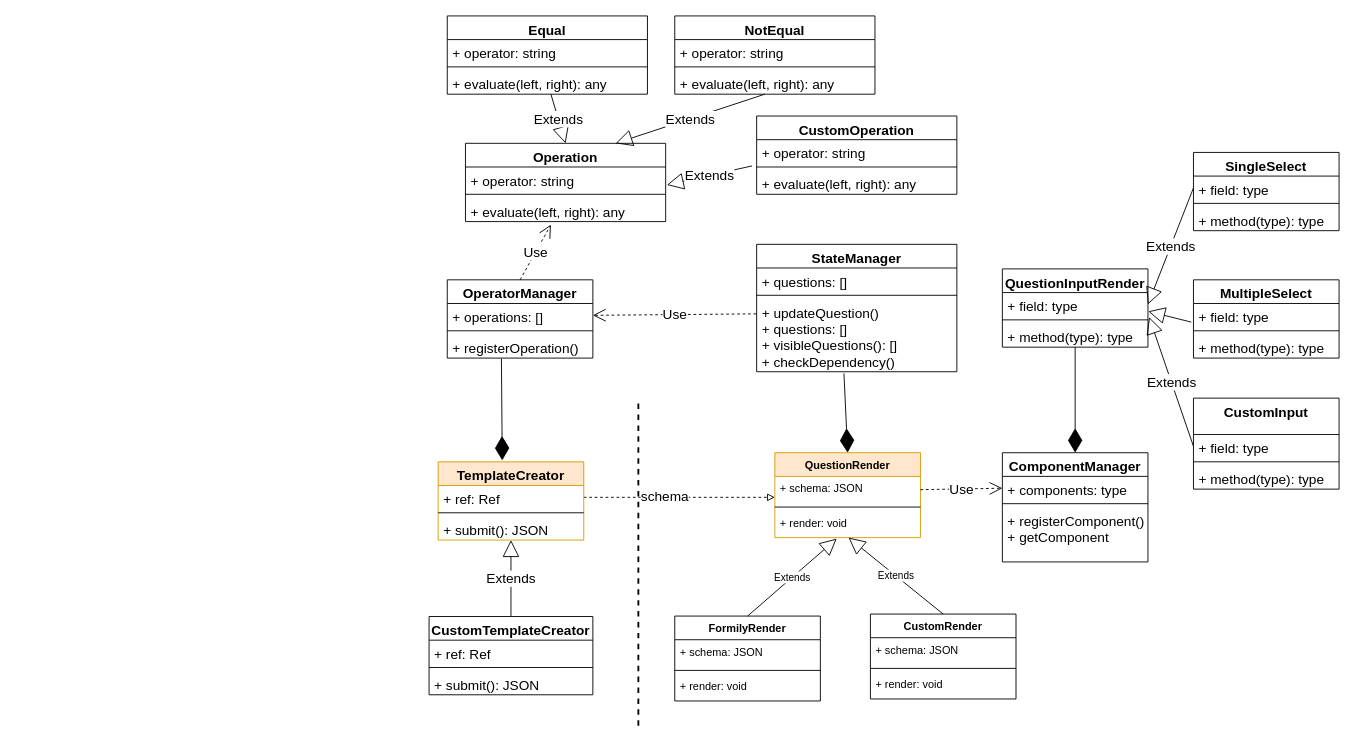
Above: Questionnaire.drawio in shuangquanhuang/drawio (draw.io), before the change. Source tidied: cells renumbered, new cells numbered last; positions are measured from the earlier drawing's top-left corner, leaving out a move shared by most shapes. Both pictures are drawn from the tidied source at 91%, with x=0, y=0 at pixel (429, 15).
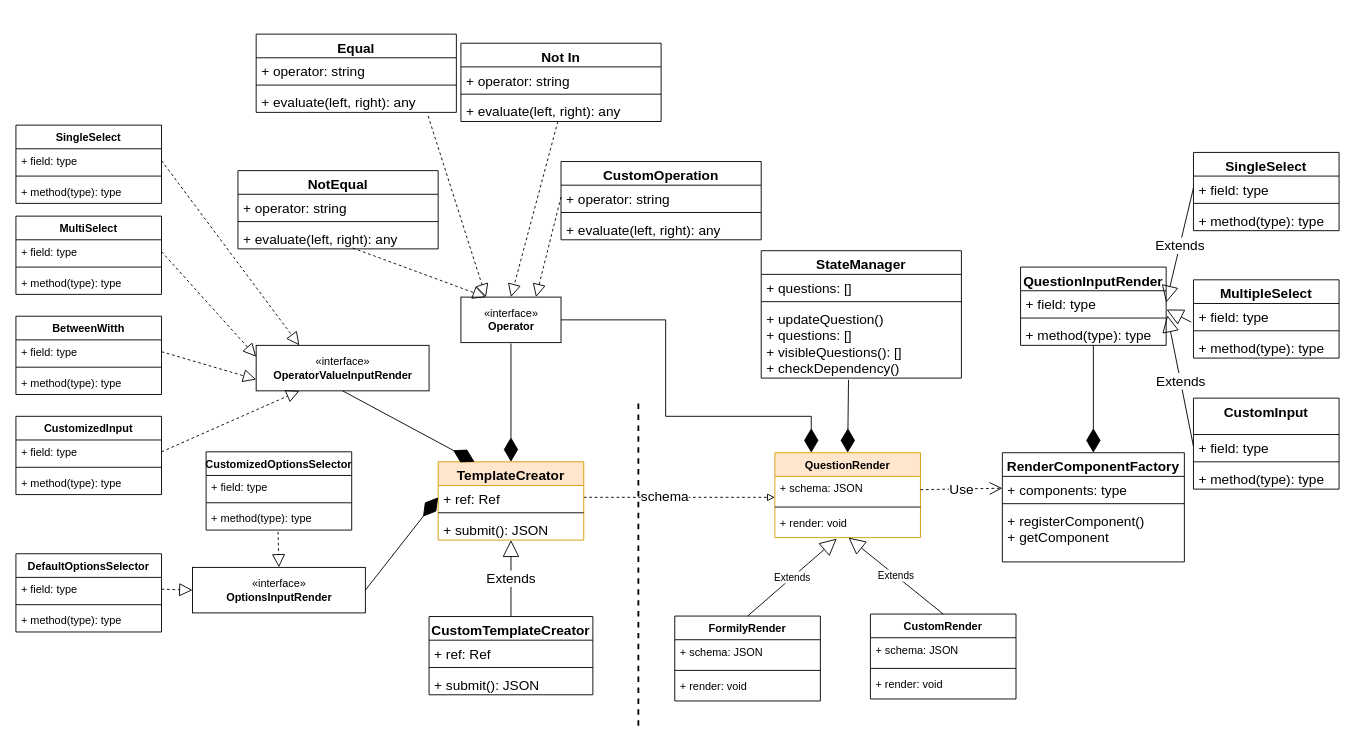
The same diagram, later.

The change refers to these unchanged cells:
```xml
<mxCell id="4" value="QuestionRender" style="swimlane;fontStyle=1;align=center;verticalAlign=top;horizontal=1;startSize=26;fillColor=#ffe6cc;strokeColor=#d79b00;" parent="3" vertex="1">
  <mxGeometry x="110" width="160" height="93.3" as="geometry" />
</mxCell>
<mxCell id="31" value="+ evaluate(left, right): any" style="text;strokeColor=none;fillColor=none;align=left;verticalAlign=top;spacingLeft=4;spacingRight=4;overflow=hidden;points=[[0,0.5],[1,0.5]];portConstraint=eastwest;fontSize=15;" parent="28" vertex="1">
  <mxGeometry y="60" width="220" height="26" as="geometry" />
</mxCell>
<mxCell id="35" value="+ evaluate(left, right): any" style="text;strokeColor=none;fillColor=none;align=left;verticalAlign=top;spacingLeft=4;spacingRight=4;overflow=hidden;points=[[0,0.5],[1,0.5]];portConstraint=eastwest;fontSize=15;" parent="32" vertex="1">
  <mxGeometry y="60" width="220" height="26" as="geometry" />
</mxCell>
<mxCell id="37" value="+ operator: string" style="text;strokeColor=none;fillColor=none;align=left;verticalAlign=top;spacingLeft=4;spacingRight=4;overflow=hidden;points=[[0,0.5],[1,0.5]];portConstraint=eastwest;fontSize=15;" parent="36" vertex="1">
  <mxGeometry y="26" width="220" height="26" as="geometry" />
</mxCell>
<mxCell id="39" value="+ evaluate(left, right): any" style="text;strokeColor=none;fillColor=none;align=left;verticalAlign=top;spacingLeft=4;spacingRight=4;overflow=hidden;points=[[0,0.5],[1,0.5]];portConstraint=eastwest;fontSize=15;" parent="36" vertex="1">
  <mxGeometry y="60" width="220" height="26" as="geometry" />
</mxCell>
<mxCell id="43" value="TemplateCreator" style="swimlane;fontStyle=1;align=center;verticalAlign=top;horizontal=1;startSize=26;fontSize=15;fillColor=#ffe6cc;strokeColor=#d79b00;" parent="1" vertex="1">
  <mxGeometry x="10" y="490" width="160" height="86" as="geometry" />
</mxCell>
<mxCell id="44" value="+ ref: Ref" style="text;strokeColor=none;fillColor=none;align=left;verticalAlign=top;spacingLeft=4;spacingRight=4;overflow=hidden;points=[[0,0.5],[1,0.5]];portConstraint=eastwest;fontSize=15;" parent="43" vertex="1">
  <mxGeometry y="26" width="160" height="26" as="geometry" />
</mxCell>
<mxCell id="51" value="+ updateQuestion()&#10;+ questions: []&#10;+ visibleQuestions(): []&#10;+ checkDependency()&#10;" style="text;strokeColor=none;fillColor=none;align=left;verticalAlign=top;spacingLeft=4;spacingRight=4;overflow=hidden;points=[[0,0.5],[1,0.5]];portConstraint=eastwest;fontSize=15;" parent="48" vertex="1">
  <mxGeometry y="60" width="220" height="80" as="geometry" />
</mxCell>
```

What changed in the source:
```diff
@@
-    <mxCell id="24" value="Operation" style="swimlane;fontStyle=1;align=center;verticalAlign=top;horizontal=1;startSize=26;fontSize=15;" parent="1" vertex="1">
-      <mxGeometry x="40" y="140" width="220" height="86" as="geometry" />
-    </mxCell>
-    <mxCell id="25" value="+ operator: string" style="text;strokeColor=none;fillColor=none;align=left;verticalAlign=top;spacingLeft=4;spacingRight=4;overflow=hidden;points=[[0,0.5],[1,0.5]];portConstraint=eastwest;fontSize=15;" parent="24" vertex="1">
-      <mxGeometry y="26" width="220" height="26" as="geometry" />
-    </mxCell>
-    <mxCell id="26" style="line;strokeWidth=1;fillColor=none;align=left;verticalAlign=middle;spacingTop=-1;spacingLeft=3;spacingRight=3;labelPosition=right;fontSize=15;" parent="24" vertex="1">
-      <mxGeometry y="52" width="220" height="8" as="geometry" />
-    </mxCell>
-    <mxCell id="27" value="+ evaluate(left, right): any" style="text;strokeColor=none;fillColor=none;align=left;verticalAlign=top;spacingLeft=4;spacingRight=4;overflow=hidden;points=[[0,0.5],[1,0.5]];portConstraint=eastwest;fontSize=15;" parent="24" vertex="1">
-      <mxGeometry y="60" width="220" height="26" as="geometry" />
-    </mxCell>
     <mxCell id="28" value="Equal" style="swimlane;fontStyle=1;align=center;verticalAlign=top;horizontal=1;startSize=26;fontSize=15;" parent="1" vertex="1">
-      <mxGeometry x="20" width="220" height="86" as="geometry" />
+      <mxGeometry x="-190" y="20" width="220" height="86" as="geometry" />
     </mxCell>
@@
     <mxCell id="32" value="NotEqual" style="swimlane;fontStyle=1;align=center;verticalAlign=top;horizontal=1;startSize=26;fontSize=15;" parent="1" vertex="1">
-      <mxGeometry x="270" width="220" height="86" as="geometry" />
+      <mxGeometry x="-210" y="170" width="220" height="86" as="geometry" />
     </mxCell>
@@
     <mxCell id="36" value="CustomOperation" style="swimlane;fontStyle=1;align=center;verticalAlign=top;horizontal=1;startSize=26;fontSize=15;" parent="1" vertex="1">
-      <mxGeometry x="360" y="110" width="220" height="86" as="geometry" />
+      <mxGeometry x="145" y="160" width="220" height="86" as="geometry" />
     </mxCell>
@@
-    <mxCell id="40" value="Extends" style="endArrow=block;endSize=16;endFill=0;html=1;rounded=0;fontSize=15;entryX=0.5;entryY=0;entryDx=0;entryDy=0;" parent="1" edge="1" source="31" target="24">
-      <mxGeometry relative="1" as="geometry" />
-    </mxCell>
-    <mxCell id="41" value="Extends" style="endArrow=block;endSize=16;endFill=0;html=1;rounded=0;fontSize=15;exitX=0.45;exitY=1;exitDx=0;exitDy=0;exitPerimeter=0;entryX=0.75;entryY=0;entryDx=0;entryDy=0;" parent="1" edge="1" source="35" target="24">
-      <mxGeometry relative="1" as="geometry" />
-    </mxCell>
-    <mxCell id="42" value="Extends" style="endArrow=block;endSize=16;endFill=0;html=1;rounded=0;fontSize=15;exitX=-0.023;exitY=-0.199;exitDx=0;exitDy=0;exitPerimeter=0;entryX=1.006;entryY=0.759;entryDx=0;entryDy=0;entryPerimeter=0;" parent="1" edge="1" source="39" target="25">
-      <mxGeometry relative="1" as="geometry" />
-    </mxCell>
@@
     <mxCell id="48" value="StateManager" style="swimlane;fontStyle=1;align=center;verticalAlign=top;horizontal=1;startSize=26;fontSize=15;" parent="1" vertex="1">
-      <mxGeometry x="360" y="251" width="220" height="140" as="geometry" />
+      <mxGeometry x="365" y="258" width="220" height="140" as="geometry" />
     </mxCell>
@@
-    <mxCell id="53" style="endArrow=diamondThin;endFill=1;endSize=24;html=1;rounded=0;fontSize=15;entryX=0.44;entryY=-0.018;entryDx=0;entryDy=0;entryPerimeter=0;exitX=0.372;exitY=1.024;exitDx=0;exitDy=0;exitPerimeter=0;" parent="1" edge="1" source="57" target="43">
-      <mxGeometry relative="1" as="geometry" />
-    </mxCell>
-    <mxCell id="54" value="OperatorManager" style="swimlane;fontStyle=1;align=center;verticalAlign=top;horizontal=1;startSize=26;fontSize=15;" parent="1" vertex="1">
-      <mxGeometry x="20" y="290" width="160" height="86" as="geometry" />
-    </mxCell>
-    <mxCell id="55" value="+ operations: []" style="text;strokeColor=none;fillColor=none;align=left;verticalAlign=top;spacingLeft=4;spacingRight=4;overflow=hidden;points=[[0,0.5],[1,0.5]];portConstraint=eastwest;fontSize=15;" parent="54" vertex="1">
-      <mxGeometry y="26" width="160" height="26" as="geometry" />
-    </mxCell>
-    <mxCell id="56" style="line;strokeWidth=1;fillColor=none;align=left;verticalAlign=middle;spacingTop=-1;spacingLeft=3;spacingRight=3;labelPosition=right;fontSize=15;" parent="54" vertex="1">
-      <mxGeometry y="52" width="160" height="8" as="geometry" />
-    </mxCell>
-    <mxCell id="57" value="+ registerOperation()" style="text;strokeColor=none;fillColor=none;align=left;verticalAlign=top;spacingLeft=4;spacingRight=4;overflow=hidden;points=[[0,0.5],[1,0.5]];portConstraint=eastwest;fontSize=15;" parent="54" vertex="1">
-      <mxGeometry y="60" width="160" height="26" as="geometry" />
-    </mxCell>
-    <mxCell id="58" value="Use" style="endArrow=open;endSize=12;dashed=1;html=1;rounded=0;fontSize=15;entryX=0.427;entryY=1.129;entryDx=0;entryDy=0;entryPerimeter=0;exitX=0.5;exitY=0;exitDx=0;exitDy=0;" parent="1" edge="1" source="54" target="27">
-      <mxGeometry relative="1" as="geometry" />
-    </mxCell>
-    <mxCell id="59" value="Use" style="endArrow=open;endSize=12;dashed=1;html=1;rounded=0;fontSize=15;entryX=1;entryY=0.5;entryDx=0;entryDy=0;exitX=-0.002;exitY=0.205;exitDx=0;exitDy=0;exitPerimeter=0;" parent="1" edge="1" source="51" target="55">
-      <mxGeometry relative="1" as="geometry" />
-    </mxCell>
-    <mxCell id="60" value="ComponentManager" style="swimlane;fontStyle=1;align=center;verticalAlign=top;horizontal=1;startSize=26;fontSize=15;" parent="1" vertex="1">
-      <mxGeometry x="630" y="480" width="160" height="120" as="geometry" />
+    <mxCell id="60" value="RenderComponentFactory" style="swimlane;fontStyle=1;align=center;verticalAlign=top;horizontal=1;startSize=26;fontSize=15;" parent="1" vertex="1">
+      <mxGeometry x="630" y="480" width="200" height="120" as="geometry" />
     </mxCell>
     <mxCell id="61" value="+ components: type" style="text;strokeColor=none;fillColor=none;align=left;verticalAlign=top;spacingLeft=4;spacingRight=4;overflow=hidden;points=[[0,0.5],[1,0.5]];portConstraint=eastwest;fontSize=15;" parent="60" vertex="1">
-      <mxGeometry y="26" width="160" height="26" as="geometry" />
+      <mxGeometry y="26" width="200" height="26" as="geometry" />
     </mxCell>
     <mxCell id="62" style="line;strokeWidth=1;fillColor=none;align=left;verticalAlign=middle;spacingTop=-1;spacingLeft=3;spacingRight=3;labelPosition=right;fontSize=15;" parent="60" vertex="1">
-      <mxGeometry y="52" width="160" height="8" as="geometry" />
+      <mxGeometry y="52" width="200" height="8" as="geometry" />
     </mxCell>
     <mxCell id="63" value="+ registerComponent()&#10;+ getComponent" style="text;strokeColor=none;fillColor=none;align=left;verticalAlign=top;spacingLeft=4;spacingRight=4;overflow=hidden;fontSize=15;" parent="60" vertex="1">
-      <mxGeometry y="60" width="160" height="60" as="geometry" />
+      <mxGeometry y="60" width="200" height="60" as="geometry" />
     </mxCell>
@@
     <mxCell id="77" value="QuestionInputRender" style="swimlane;fontStyle=1;align=center;verticalAlign=top;horizontal=1;startSize=26;fontSize=15;" parent="1" vertex="1">
-      <mxGeometry x="630" y="278" width="160" height="86" as="geometry" />
+      <mxGeometry x="650" y="276" width="160" height="86" as="geometry" />
     </mxCell>
@@
+    <mxCell id="85" value="«interface»&lt;br&gt;&lt;b&gt;OperatorValueInputRender&lt;/b&gt;" style="html=1;" parent="1" vertex="1">
+      <mxGeometry x="-190" y="362" width="190" height="50" as="geometry" />
+    </mxCell>
+    <mxCell id="86" style="endArrow=diamondThin;endFill=1;endSize=24;html=1;rounded=0;entryX=0.5;entryY=0;entryDx=0;entryDy=0;" parent="1" edge="1" target="43">
+      <mxGeometry relative="1" as="geometry">
+        <mxPoint x="90" y="360" as="sourcePoint" />
+      </mxGeometry>
+    </mxCell>
+    <mxCell id="87" style="endArrow=diamondThin;endFill=1;endSize=24;html=1;rounded=0;exitX=0.5;exitY=1;exitDx=0;exitDy=0;entryX=0.25;entryY=0;entryDx=0;entryDy=0;" parent="1" edge="1" source="85" target="43">
+      <mxGeometry relative="1" as="geometry" />
+    </mxCell>
+    <mxCell id="88" value="MultiSelect" style="swimlane;fontStyle=1;align=center;verticalAlign=top;horizontal=1;startSize=26;" parent="1" vertex="1">
+      <mxGeometry x="-454" y="220" width="160" height="86" as="geometry" />
+    </mxCell>
+    <mxCell id="89" value="+ field: type" style="text;strokeColor=none;fillColor=none;align=left;verticalAlign=top;spacingLeft=4;spacingRight=4;overflow=hidden;points=[[0,0.5],[1,0.5]];portConstraint=eastwest;" parent="88" vertex="1">
+      <mxGeometry y="26" width="160" height="26" as="geometry" />
+    </mxCell>
+    <mxCell id="90" style="line;strokeWidth=1;fillColor=none;align=left;verticalAlign=middle;spacingTop=-1;spacingLeft=3;spacingRight=3;labelPosition=right;" parent="88" vertex="1">
+      <mxGeometry y="52" width="160" height="8" as="geometry" />
+    </mxCell>
+    <mxCell id="91" value="+ method(type): type" style="text;strokeColor=none;fillColor=none;align=left;verticalAlign=top;spacingLeft=4;spacingRight=4;overflow=hidden;" parent="88" vertex="1">
+      <mxGeometry y="60" width="160" height="26" as="geometry" />
+    </mxCell>
+    <mxCell id="92" value="BetweenWitth" style="swimlane;fontStyle=1;align=center;verticalAlign=top;horizontal=1;startSize=26;" parent="1" vertex="1">
+      <mxGeometry x="-454" y="330" width="160" height="86" as="geometry" />
+    </mxCell>
+    <mxCell id="93" value="+ field: type" style="text;strokeColor=none;fillColor=none;align=left;verticalAlign=top;spacingLeft=4;spacingRight=4;overflow=hidden;points=[[0,0.5],[1,0.5]];portConstraint=eastwest;" parent="92" vertex="1">
+      <mxGeometry y="26" width="160" height="26" as="geometry" />
+    </mxCell>
+    <mxCell id="94" style="line;strokeWidth=1;fillColor=none;align=left;verticalAlign=middle;spacingTop=-1;spacingLeft=3;spacingRight=3;labelPosition=right;" parent="92" vertex="1">
+      <mxGeometry y="52" width="160" height="8" as="geometry" />
+    </mxCell>
+    <mxCell id="95" value="+ method(type): type" style="text;strokeColor=none;fillColor=none;align=left;verticalAlign=top;spacingLeft=4;spacingRight=4;overflow=hidden;" parent="92" vertex="1">
+      <mxGeometry y="60" width="160" height="26" as="geometry" />
+    </mxCell>
+    <mxCell id="96" value="CustomizedInput" style="swimlane;fontStyle=1;align=center;verticalAlign=top;horizontal=1;startSize=26;" parent="1" vertex="1">
+      <mxGeometry x="-454" y="440" width="160" height="86" as="geometry" />
+    </mxCell>
+    <mxCell id="97" value="+ field: type" style="text;strokeColor=none;fillColor=none;align=left;verticalAlign=top;spacingLeft=4;spacingRight=4;overflow=hidden;points=[[0,0.5],[1,0.5]];portConstraint=eastwest;" parent="96" vertex="1">
+      <mxGeometry y="26" width="160" height="26" as="geometry" />
+    </mxCell>
+    <mxCell id="98" style="line;strokeWidth=1;fillColor=none;align=left;verticalAlign=middle;spacingTop=-1;spacingLeft=3;spacingRight=3;labelPosition=right;" parent="96" vertex="1">
+      <mxGeometry y="52" width="160" height="8" as="geometry" />
+    </mxCell>
+    <mxCell id="99" value="+ method(type): type" style="text;strokeColor=none;fillColor=none;align=left;verticalAlign=top;spacingLeft=4;spacingRight=4;overflow=hidden;" parent="96" vertex="1">
+      <mxGeometry y="60" width="160" height="26" as="geometry" />
+    </mxCell>
+    <mxCell id="100" value="SingleSelect" style="swimlane;fontStyle=1;align=center;verticalAlign=top;horizontal=1;startSize=26;" parent="1" vertex="1">
+      <mxGeometry x="-454" y="120" width="160" height="86" as="geometry" />
+    </mxCell>
+    <mxCell id="101" value="+ field: type" style="text;strokeColor=none;fillColor=none;align=left;verticalAlign=top;spacingLeft=4;spacingRight=4;overflow=hidden;points=[[0,0.5],[1,0.5]];portConstraint=eastwest;" parent="100" vertex="1">
+      <mxGeometry y="26" width="160" height="26" as="geometry" />
+    </mxCell>
+    <mxCell id="102" style="line;strokeWidth=1;fillColor=none;align=left;verticalAlign=middle;spacingTop=-1;spacingLeft=3;spacingRight=3;labelPosition=right;" parent="100" vertex="1">
+      <mxGeometry y="52" width="160" height="8" as="geometry" />
+    </mxCell>
+    <mxCell id="103" value="+ method(type): type" style="text;strokeColor=none;fillColor=none;align=left;verticalAlign=top;spacingLeft=4;spacingRight=4;overflow=hidden;" parent="100" vertex="1">
+      <mxGeometry y="60" width="160" height="26" as="geometry" />
+    </mxCell>
+    <mxCell id="104" style="endArrow=block;dashed=1;endFill=0;endSize=12;html=1;rounded=0;exitX=1;exitY=0.5;exitDx=0;exitDy=0;entryX=0.25;entryY=0;entryDx=0;entryDy=0;" parent="1" edge="1" source="101" target="85">
+      <mxGeometry relative="1" as="geometry" />
+    </mxCell>
+    <mxCell id="105" style="endArrow=block;dashed=1;endFill=0;endSize=12;html=1;rounded=0;exitX=1;exitY=0.5;exitDx=0;exitDy=0;entryX=0;entryY=0.25;entryDx=0;entryDy=0;" parent="1" edge="1" source="89" target="85">
+      <mxGeometry relative="1" as="geometry" />
+    </mxCell>
+    <mxCell id="106" style="endArrow=block;dashed=1;endFill=0;endSize=12;html=1;rounded=0;exitX=1;exitY=0.5;exitDx=0;exitDy=0;entryX=0;entryY=0.75;entryDx=0;entryDy=0;" parent="1" edge="1" source="93" target="85">
+      <mxGeometry relative="1" as="geometry" />
+    </mxCell>
+    <mxCell id="107" style="endArrow=block;dashed=1;endFill=0;endSize=12;html=1;rounded=0;exitX=1;exitY=0.5;exitDx=0;exitDy=0;entryX=0.25;entryY=1;entryDx=0;entryDy=0;" parent="1" edge="1" source="97" target="85">
+      <mxGeometry relative="1" as="geometry" />
+    </mxCell>
+    <mxCell id="108" value="«interface»&lt;br&gt;&lt;b&gt;Operator&lt;/b&gt;" style="html=1;" parent="1" vertex="1">
+      <mxGeometry x="35" y="309" width="110" height="50" as="geometry" />
+    </mxCell>
+    <mxCell id="109" style="endArrow=block;dashed=1;endFill=0;endSize=12;html=1;rounded=0;exitX=0.859;exitY=1.154;exitDx=0;exitDy=0;exitPerimeter=0;entryX=0.25;entryY=0;entryDx=0;entryDy=0;" parent="1" edge="1" source="31" target="108">
+      <mxGeometry relative="1" as="geometry" />
+    </mxCell>
+    <mxCell id="110" style="endArrow=block;dashed=1;endFill=0;endSize=12;html=1;rounded=0;exitX=0.573;exitY=0.962;exitDx=0;exitDy=0;exitPerimeter=0;entryX=0.25;entryY=0;entryDx=0;entryDy=0;" parent="1" edge="1" source="35" target="108">
+      <mxGeometry relative="1" as="geometry" />
+    </mxCell>
+    <mxCell id="111" value="Not In" style="swimlane;fontStyle=1;align=center;verticalAlign=top;horizontal=1;startSize=26;fontSize=15;" parent="1" vertex="1">
+      <mxGeometry x="35" y="30" width="220" height="86" as="geometry" />
+    </mxCell>
+    <mxCell id="25" value="+ operator: string" style="text;strokeColor=none;fillColor=none;align=left;verticalAlign=top;spacingLeft=4;spacingRight=4;overflow=hidden;points=[[0,0.5],[1,0.5]];portConstraint=eastwest;fontSize=15;" parent="111" vertex="1">
+      <mxGeometry y="26" width="220" height="26" as="geometry" />
+    </mxCell>
+    <mxCell id="26" style="line;strokeWidth=1;fillColor=none;align=left;verticalAlign=middle;spacingTop=-1;spacingLeft=3;spacingRight=3;labelPosition=right;fontSize=15;" parent="111" vertex="1">
+      <mxGeometry y="52" width="220" height="8" as="geometry" />
+    </mxCell>
+    <mxCell id="27" value="+ evaluate(left, right): any" style="text;strokeColor=none;fillColor=none;align=left;verticalAlign=top;spacingLeft=4;spacingRight=4;overflow=hidden;points=[[0,0.5],[1,0.5]];portConstraint=eastwest;fontSize=15;" parent="111" vertex="1">
+      <mxGeometry y="60" width="220" height="26" as="geometry" />
+    </mxCell>
+    <mxCell id="112" style="endArrow=block;dashed=1;endFill=0;endSize=12;html=1;rounded=0;entryX=0.5;entryY=0;entryDx=0;entryDy=0;" parent="1" edge="1" source="27" target="108">
+      <mxGeometry relative="1" as="geometry" />
+    </mxCell>
+    <mxCell id="113" style="endArrow=block;dashed=1;endFill=0;endSize=12;html=1;rounded=0;exitX=0;exitY=0.5;exitDx=0;exitDy=0;entryX=0.75;entryY=0;entryDx=0;entryDy=0;" parent="1" edge="1" source="37" target="108">
+      <mxGeometry relative="1" as="geometry" />
+    </mxCell>
+    <mxCell id="114" style="endArrow=diamondThin;endFill=1;endSize=24;html=1;rounded=0;entryX=0.25;entryY=0;entryDx=0;entryDy=0;exitX=1;exitY=0.5;exitDx=0;exitDy=0;" parent="1" edge="1" source="108" target="4">
+      <mxGeometry relative="1" as="geometry">
+        <Array as="points">
+          <mxPoint x="260" y="334" />
+          <mxPoint x="260" y="440" />
+          <mxPoint x="420" y="440" />
+        </Array>
+      </mxGeometry>
+    </mxCell>
+    <mxCell id="115" value="«interface»&lt;br&gt;&lt;b&gt;OptionsInputRender&lt;/b&gt;" style="html=1;" parent="1" vertex="1">
+      <mxGeometry x="-260" y="606" width="190" height="50" as="geometry" />
+    </mxCell>
+    <mxCell id="116" style="endArrow=diamondThin;endFill=1;endSize=24;html=1;rounded=0;exitX=1;exitY=0.5;exitDx=0;exitDy=0;entryX=0;entryY=0.5;entryDx=0;entryDy=0;" parent="1" edge="1" source="115" target="44">
+      <mxGeometry relative="1" as="geometry" />
+    </mxCell>
+    <mxCell id="117" value="DefaultOptionsSelector" style="swimlane;fontStyle=1;align=center;verticalAlign=top;horizontal=1;startSize=26;" parent="1" vertex="1">
+      <mxGeometry x="-454" y="591" width="160" height="86" as="geometry" />
+    </mxCell>
+    <mxCell id="118" value="+ field: type" style="text;strokeColor=none;fillColor=none;align=left;verticalAlign=top;spacingLeft=4;spacingRight=4;overflow=hidden;points=[[0,0.5],[1,0.5]];portConstraint=eastwest;" parent="117" vertex="1">
+      <mxGeometry y="26" width="160" height="26" as="geometry" />
+    </mxCell>
+    <mxCell id="119" style="line;strokeWidth=1;fillColor=none;align=left;verticalAlign=middle;spacingTop=-1;spacingLeft=3;spacingRight=3;labelPosition=right;" parent="117" vertex="1">
+      <mxGeometry y="52" width="160" height="8" as="geometry" />
+    </mxCell>
+    <mxCell id="120" value="+ method(type): type" style="text;strokeColor=none;fillColor=none;align=left;verticalAlign=top;spacingLeft=4;spacingRight=4;overflow=hidden;" parent="117" vertex="1">
+      <mxGeometry y="60" width="160" height="26" as="geometry" />
+    </mxCell>
+    <mxCell id="121" value="CustomizedOptionsSelector" style="swimlane;fontStyle=1;align=center;verticalAlign=top;horizontal=1;startSize=26;" parent="1" vertex="1">
+      <mxGeometry x="-245" y="479" width="160" height="86" as="geometry" />
+    </mxCell>
+    <mxCell id="122" value="+ field: type" style="text;strokeColor=none;fillColor=none;align=left;verticalAlign=top;spacingLeft=4;spacingRight=4;overflow=hidden;" parent="121" vertex="1">
+      <mxGeometry y="26" width="160" height="26" as="geometry" />
+    </mxCell>
+    <mxCell id="123" style="line;strokeWidth=1;fillColor=none;align=left;verticalAlign=middle;spacingTop=-1;spacingLeft=3;spacingRight=3;labelPosition=right;" parent="121" vertex="1">
+      <mxGeometry y="52" width="160" height="8" as="geometry" />
+    </mxCell>
+    <mxCell id="124" value="+ method(type): type" style="text;strokeColor=none;fillColor=none;align=left;verticalAlign=top;spacingLeft=4;spacingRight=4;overflow=hidden;points=[[0,0.5],[1,0.5]];portConstraint=eastwest;" parent="121" vertex="1">
+      <mxGeometry y="60" width="160" height="26" as="geometry" />
+    </mxCell>
+    <mxCell id="125" style="endArrow=block;dashed=1;endFill=0;endSize=12;html=1;rounded=0;exitX=1;exitY=0.5;exitDx=0;exitDy=0;entryX=0;entryY=0.5;entryDx=0;entryDy=0;" parent="1" edge="1" source="118" target="115">
+      <mxGeometry relative="1" as="geometry" />
+    </mxCell>
+    <mxCell id="126" style="endArrow=block;dashed=1;endFill=0;endSize=12;html=1;rounded=0;exitX=0.494;exitY=1.077;exitDx=0;exitDy=0;exitPerimeter=0;entryX=0.5;entryY=0;entryDx=0;entryDy=0;" parent="1" edge="1" source="124" target="115">
+      <mxGeometry relative="1" as="geometry" />
+    </mxCell>
```
